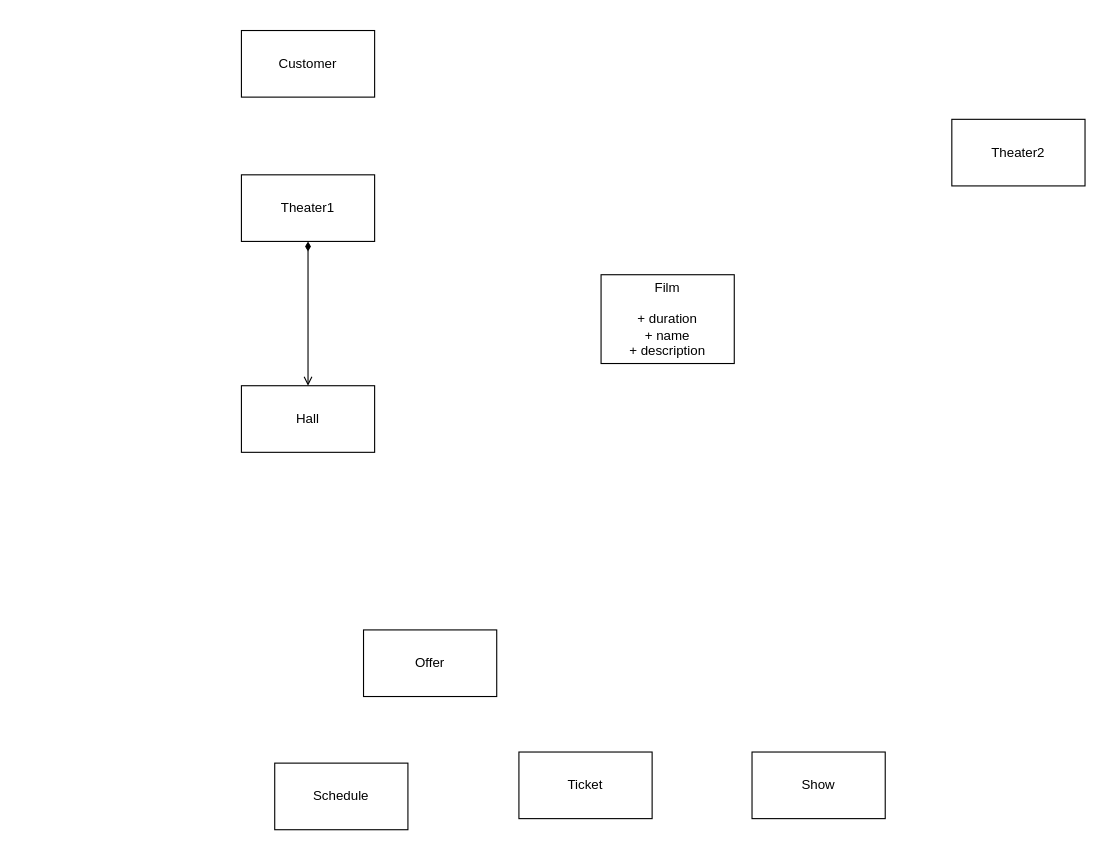
Above: description/logic.drawio in pointuseless/kinocms (draw.io), before the change. Source tidied: cells renumbered, new cells numbered last; positions are measured from the earlier drawing's top-left corner, leaving out a move shared by most shapes. Both pictures are drawn from the tidied source at 111%, with x=0, y=0 at pixel (241, 30).
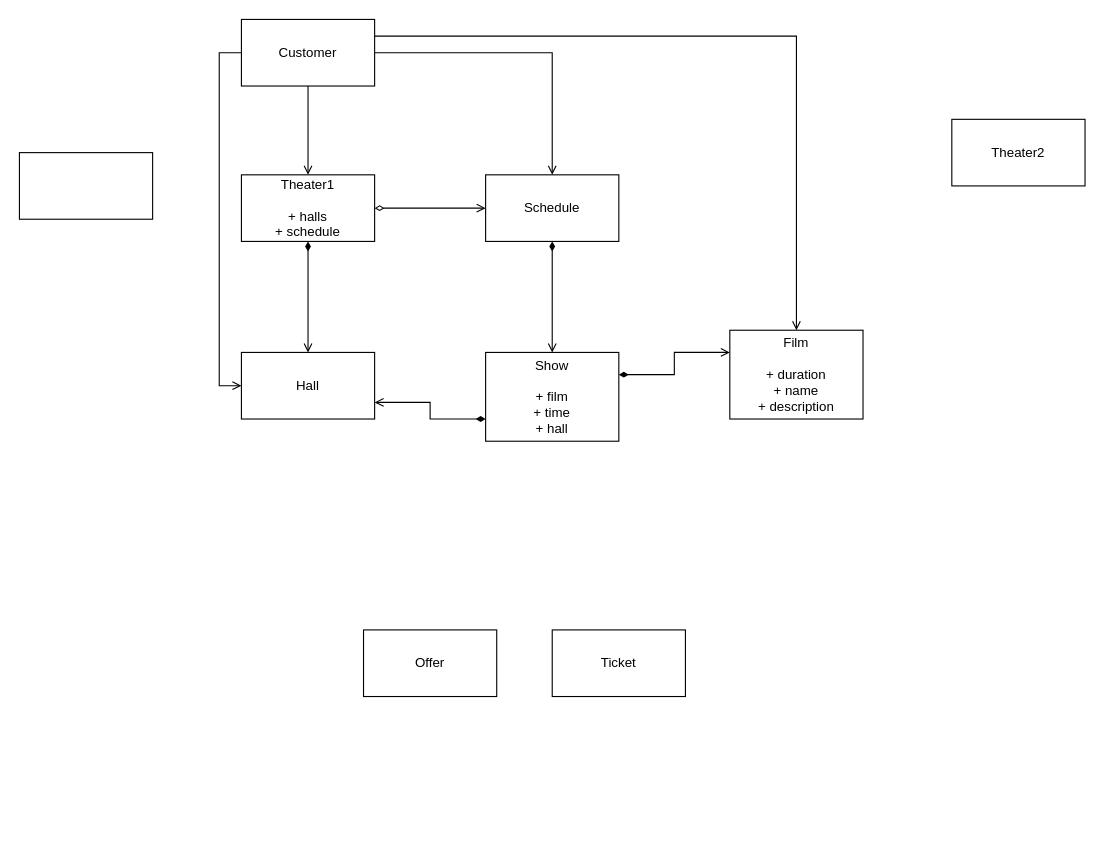
The same diagram, later.

Diff of the diagram source:
```diff
@@
+    <mxCell id="12" style="edgeStyle=orthogonalEdgeStyle;rounded=0;jettySize=auto;html=1;exitX=0.5;exitY=1;exitDx=0;exitDy=0;entryX=0.5;entryY=0;entryDx=0;entryDy=0;startArrow=none;startFill=0;endArrow=open;endFill=0;" parent="1" edge="1" source="2" target="7">
+      <mxGeometry relative="1" as="geometry" />
+    </mxCell>
+    <mxCell id="13" style="edgeStyle=orthogonalEdgeStyle;rounded=0;jettySize=auto;html=1;exitX=1;exitY=0.5;exitDx=0;exitDy=0;entryX=0.5;entryY=0;entryDx=0;entryDy=0;startArrow=none;startFill=0;endArrow=open;endFill=0;" parent="1" edge="1" source="2" target="4">
+      <mxGeometry relative="1" as="geometry" />
+    </mxCell>
+    <mxCell id="14" style="edgeStyle=orthogonalEdgeStyle;rounded=0;jettySize=auto;html=1;exitX=1;exitY=0.25;exitDx=0;exitDy=0;entryX=0.5;entryY=0;entryDx=0;entryDy=0;startArrow=none;startFill=0;endArrow=open;endFill=0;" parent="1" edge="1" source="2" target="9">
+      <mxGeometry relative="1" as="geometry" />
+    </mxCell>
+    <mxCell id="15" style="edgeStyle=orthogonalEdgeStyle;rounded=0;jettySize=auto;html=1;exitX=0;exitY=0.5;exitDx=0;exitDy=0;entryX=0;entryY=0.5;entryDx=0;entryDy=0;startArrow=none;startFill=0;endArrow=open;endFill=0;" parent="1" edge="1" source="2" target="3">
+      <mxGeometry relative="1" as="geometry" />
+    </mxCell>
     <mxCell id="2" value="Customer" style="rounded=0;whiteSpace=wrap;html=1;" parent="1" vertex="1">
-      <mxGeometry width="120" height="60" as="geometry" />
+      <mxGeometry y="-10" width="120" height="60" as="geometry" />
     </mxCell>
     <mxCell id="3" value="Hall" style="rounded=0;whiteSpace=wrap;html=1;" parent="1" vertex="1">
-      <mxGeometry y="320" width="120" height="60" as="geometry" />
+      <mxGeometry y="290" width="120" height="60" as="geometry" />
     </mxCell>
+    <mxCell id="16" style="edgeStyle=orthogonalEdgeStyle;rounded=0;jettySize=auto;html=1;exitX=0.5;exitY=1;exitDx=0;exitDy=0;entryX=0.5;entryY=0;entryDx=0;entryDy=0;startArrow=diamondThin;startFill=1;endArrow=open;endFill=0;" parent="1" edge="1" source="4" target="8">
+      <mxGeometry relative="1" as="geometry" />
+    </mxCell>
     <mxCell id="4" value="Schedule" style="rounded=0;whiteSpace=wrap;html=1;" parent="1" vertex="1">
-      <mxGeometry x="30" y="660" width="120" height="60" as="geometry" />
+      <mxGeometry x="220" y="130" width="120" height="60" as="geometry" />
     </mxCell>
     <mxCell id="5" value="Ticket" style="rounded=0;whiteSpace=wrap;html=1;" parent="1" vertex="1">
-      <mxGeometry x="250" y="650" width="120" height="60" as="geometry" />
+      <mxGeometry x="280" y="540" width="120" height="60" as="geometry" />
     </mxCell>
@@
+    <mxCell id="17" style="edgeStyle=orthogonalEdgeStyle;rounded=0;jettySize=auto;html=1;exitX=1;exitY=0.5;exitDx=0;exitDy=0;entryX=0;entryY=0.5;entryDx=0;entryDy=0;startArrow=diamondThin;startFill=0;endArrow=open;endFill=0;" parent="1" edge="1" source="7" target="4">
+      <mxGeometry relative="1" as="geometry" />
+    </mxCell>
-    <mxCell id="7" value="Theater1" style="rounded=0;whiteSpace=wrap;html=1;" parent="1" vertex="1">
+    <mxCell id="7" value="Theater1&lt;br&gt;&lt;br&gt;+ halls&lt;br&gt;+ schedule" style="rounded=0;whiteSpace=wrap;html=1;" parent="1" vertex="1">
       <mxGeometry y="130" width="120" height="60" as="geometry" />
     </mxCell>
+    <mxCell id="18" style="edgeStyle=orthogonalEdgeStyle;rounded=0;jettySize=auto;html=1;exitX=1;exitY=0.25;exitDx=0;exitDy=0;entryX=0;entryY=0.25;entryDx=0;entryDy=0;startArrow=diamondThin;startFill=1;endArrow=open;endFill=0;" parent="1" edge="1" source="8" target="9">
+      <mxGeometry relative="1" as="geometry" />
+    </mxCell>
+    <mxCell id="19" style="edgeStyle=orthogonalEdgeStyle;rounded=0;jettySize=auto;html=1;exitX=0;exitY=0.75;exitDx=0;exitDy=0;entryX=1;entryY=0.75;entryDx=0;entryDy=0;startArrow=diamondThin;startFill=1;endArrow=open;endFill=0;" parent="1" edge="1" source="8" target="3">
+      <mxGeometry relative="1" as="geometry" />
+    </mxCell>
-    <mxCell id="8" value="Show" style="rounded=0;whiteSpace=wrap;html=1;" parent="1" vertex="1">
-      <mxGeometry x="460" y="650" width="120" height="60" as="geometry" />
+    <mxCell id="8" value="Show&lt;br&gt;&lt;br&gt;+ film&lt;br&gt;+ time&lt;br&gt;+ hall" style="rounded=0;whiteSpace=wrap;html=1;" parent="1" vertex="1">
+      <mxGeometry x="220" y="290" width="120" height="80" as="geometry" />
     </mxCell>
     <mxCell id="9" value="Film&lt;br&gt;&lt;br&gt;+ duration&lt;br&gt;+ name&lt;br&gt;+ description" style="rounded=0;whiteSpace=wrap;html=1;" parent="1" vertex="1">
-      <mxGeometry x="324" y="220" width="120" height="80" as="geometry" />
+      <mxGeometry x="440" y="270" width="120" height="80" as="geometry" />
     </mxCell>
@@
+    <mxCell id="20" style="rounded=0;whiteSpace=wrap;html=1;" parent="1" vertex="1">
+      <mxGeometry x="-200" y="110" width="120" height="60" as="geometry" />
+    </mxCell>
```
